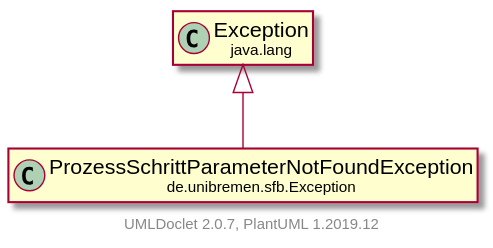
Before: doc/UML/modulsichtSVG/ProzessSchrittParameterNotFoundException.svg, a diagram exported from PlantUML (fkehlenb/softwareprojekt-2). Source of this version:
```plantuml
@startuml
    set namespaceSeparator none
    hide empty fields
    hide empty methods

    class "<size:14>ProzessSchrittParameterNotFoundException\n<size:10>de.unibremen.sfb.Exception" as de.unibremen.sfb.Exception.ProzessSchrittParameterNotFoundException [[ProzessSchrittParameterNotFoundException.html]]

    class "<size:14>Exception\n<size:10>java.lang" as java.lang.Exception [[https://docs.oracle.com/en/java/javase/11/docs/api/java.base/java/lang/Exception.html?is-external=true]]

    java.lang.Exception <|-- de.unibremen.sfb.Exception.ProzessSchrittParameterNotFoundException

    center footer UMLDoclet 2.0.7, PlantUML 1.2019.12
@enduml
```
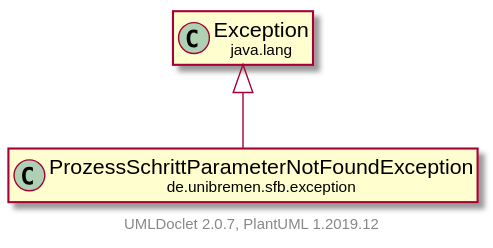
After the commit.

Diff of the diagram source:
```diff
@@ -3,11 +3,11 @@
     hide empty fields
     hide empty methods
 
-    class "<size:14>ProzessSchrittParameterNotFoundException\n<size:10>de.unibremen.sfb.Exception" as de.unibremen.sfb.Exception.ProzessSchrittParameterNotFoundException [[ProzessSchrittParameterNotFoundException.html]]
+    class "<size:14>ProzessSchrittParameterNotFoundException\n<size:10>de.unibremen.sfb.exception" as de.unibremen.sfb.exception.ProzessSchrittParameterNotFoundException [[ProzessSchrittParameterNotFoundException.html]]
 
-    class "<size:14>Exception\n<size:10>java.lang" as java.lang.Exception [[https://docs.oracle.com/en/java/javase/11/docs/api/java.base/java/lang/Exception.html?is-external=true]]
+    class "<size:14>exception\n<size:10>java.lang" as java.lang.exception [[https://docs.oracle.com/en/java/javase/11/docs/api/java.base/java/lang/Exception.html?is-external=true]]
 
-    java.lang.Exception <|-- de.unibremen.sfb.Exception.ProzessSchrittParameterNotFoundException
+    java.lang.exception <|-- de.unibremen.sfb.exception.ProzessSchrittParameterNotFoundException
 
     center footer UMLDoclet 2.0.7, PlantUML 1.2019.12
 @enduml
```
